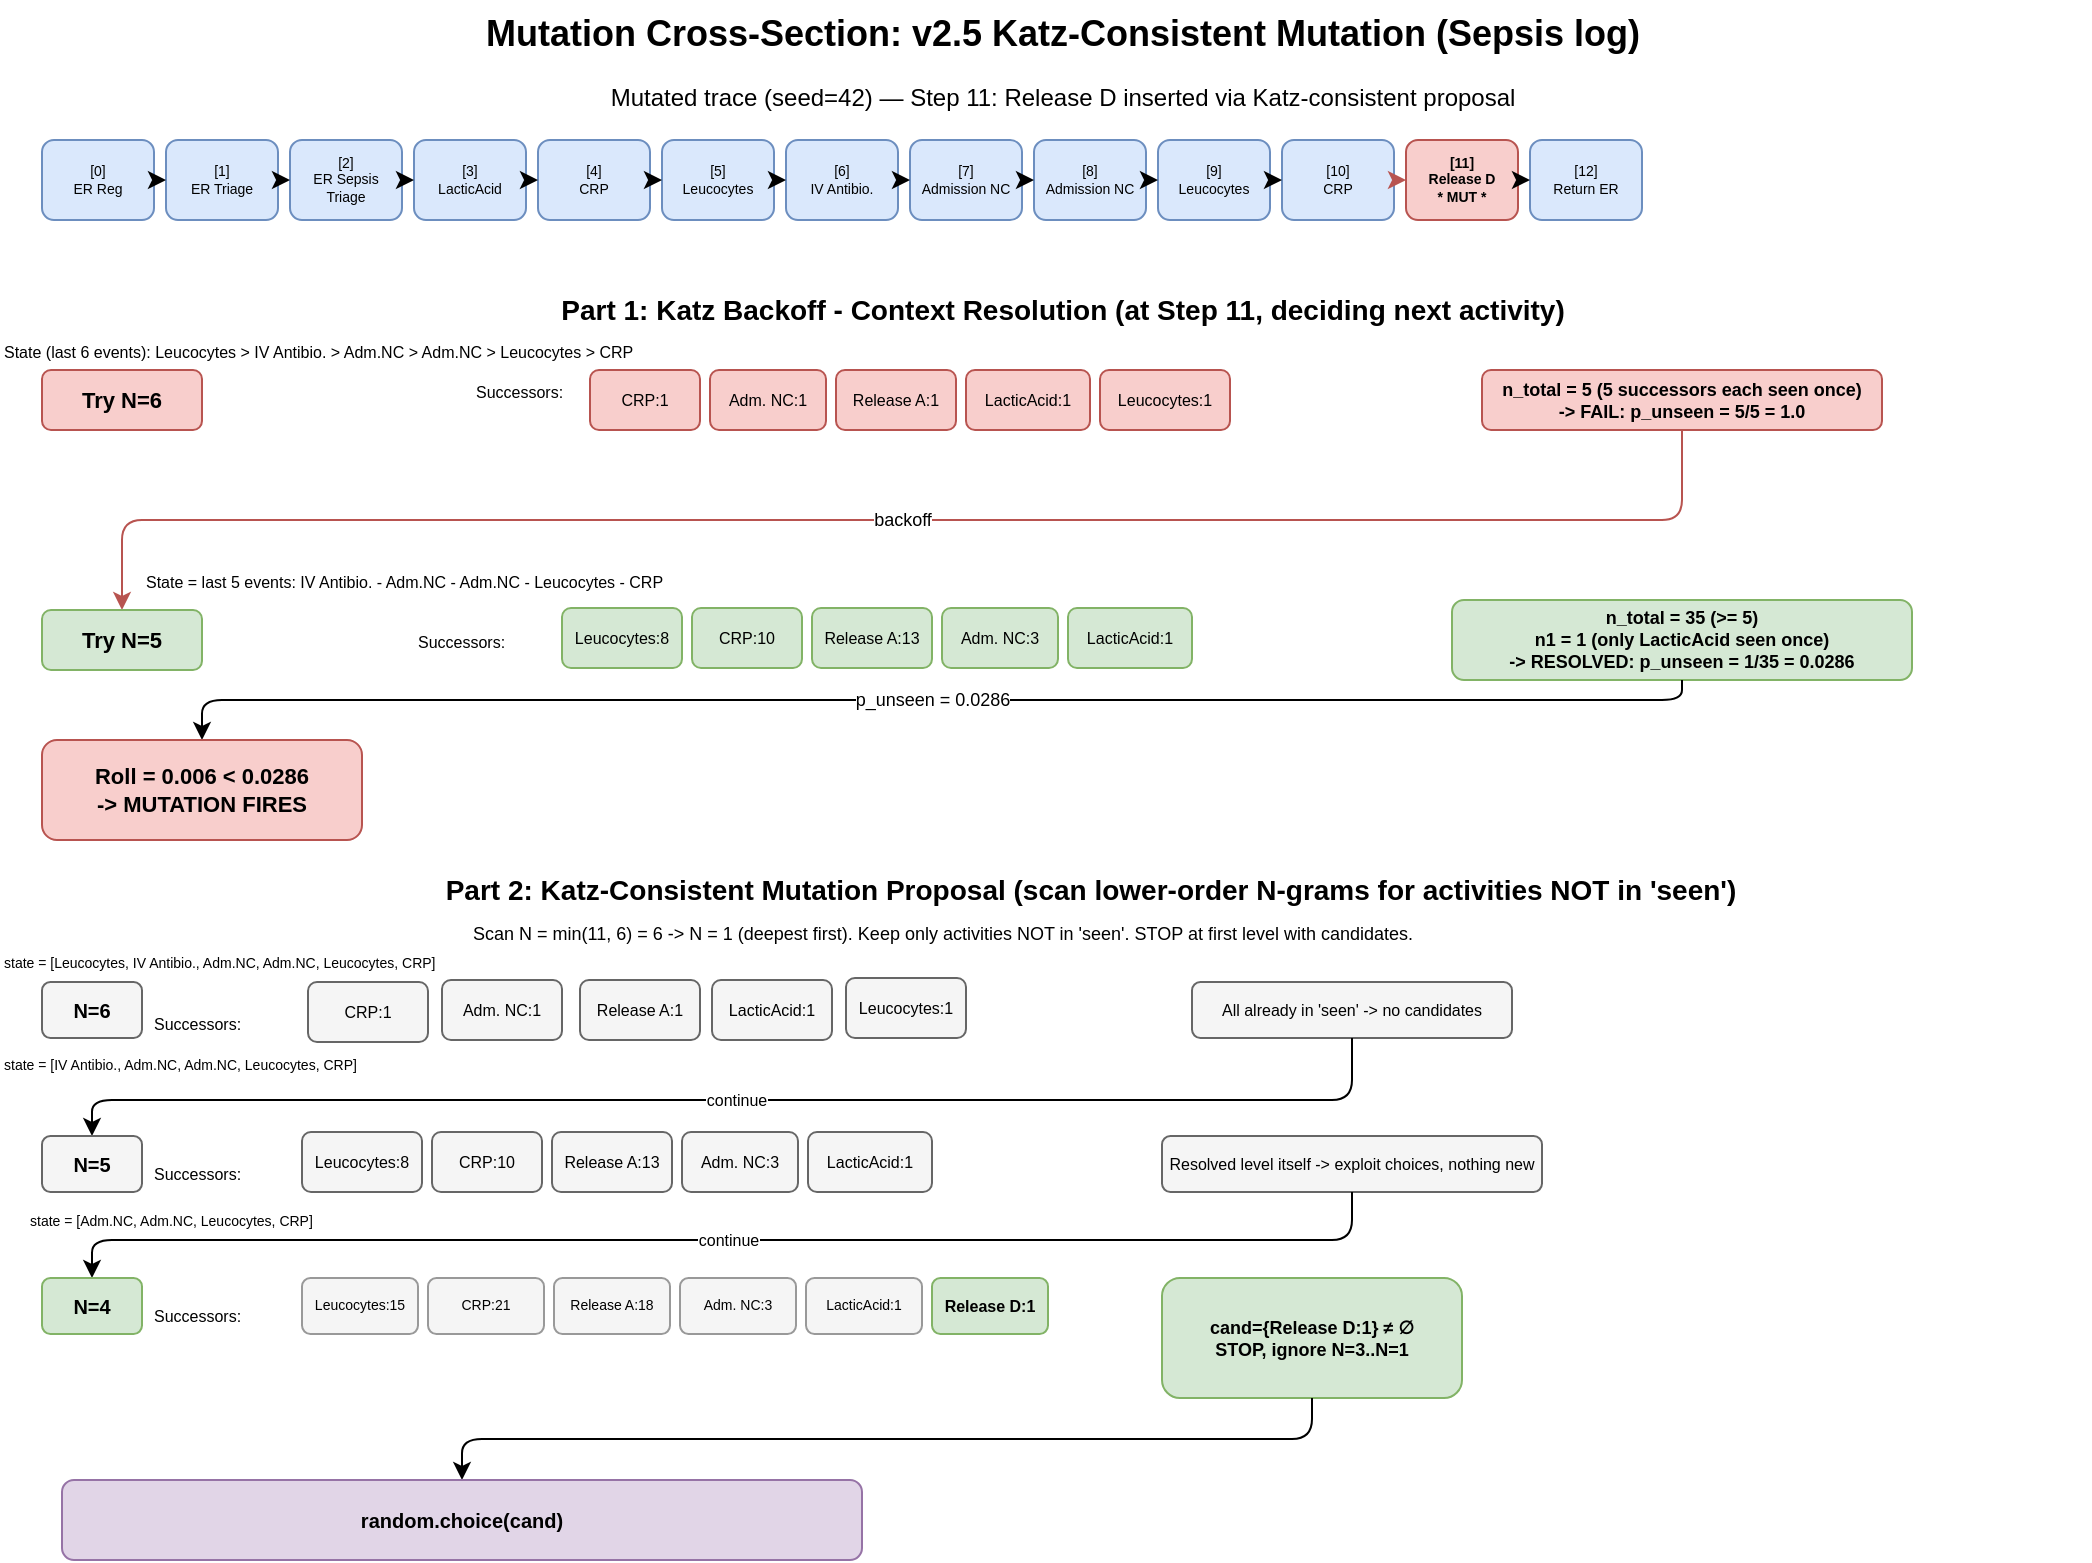
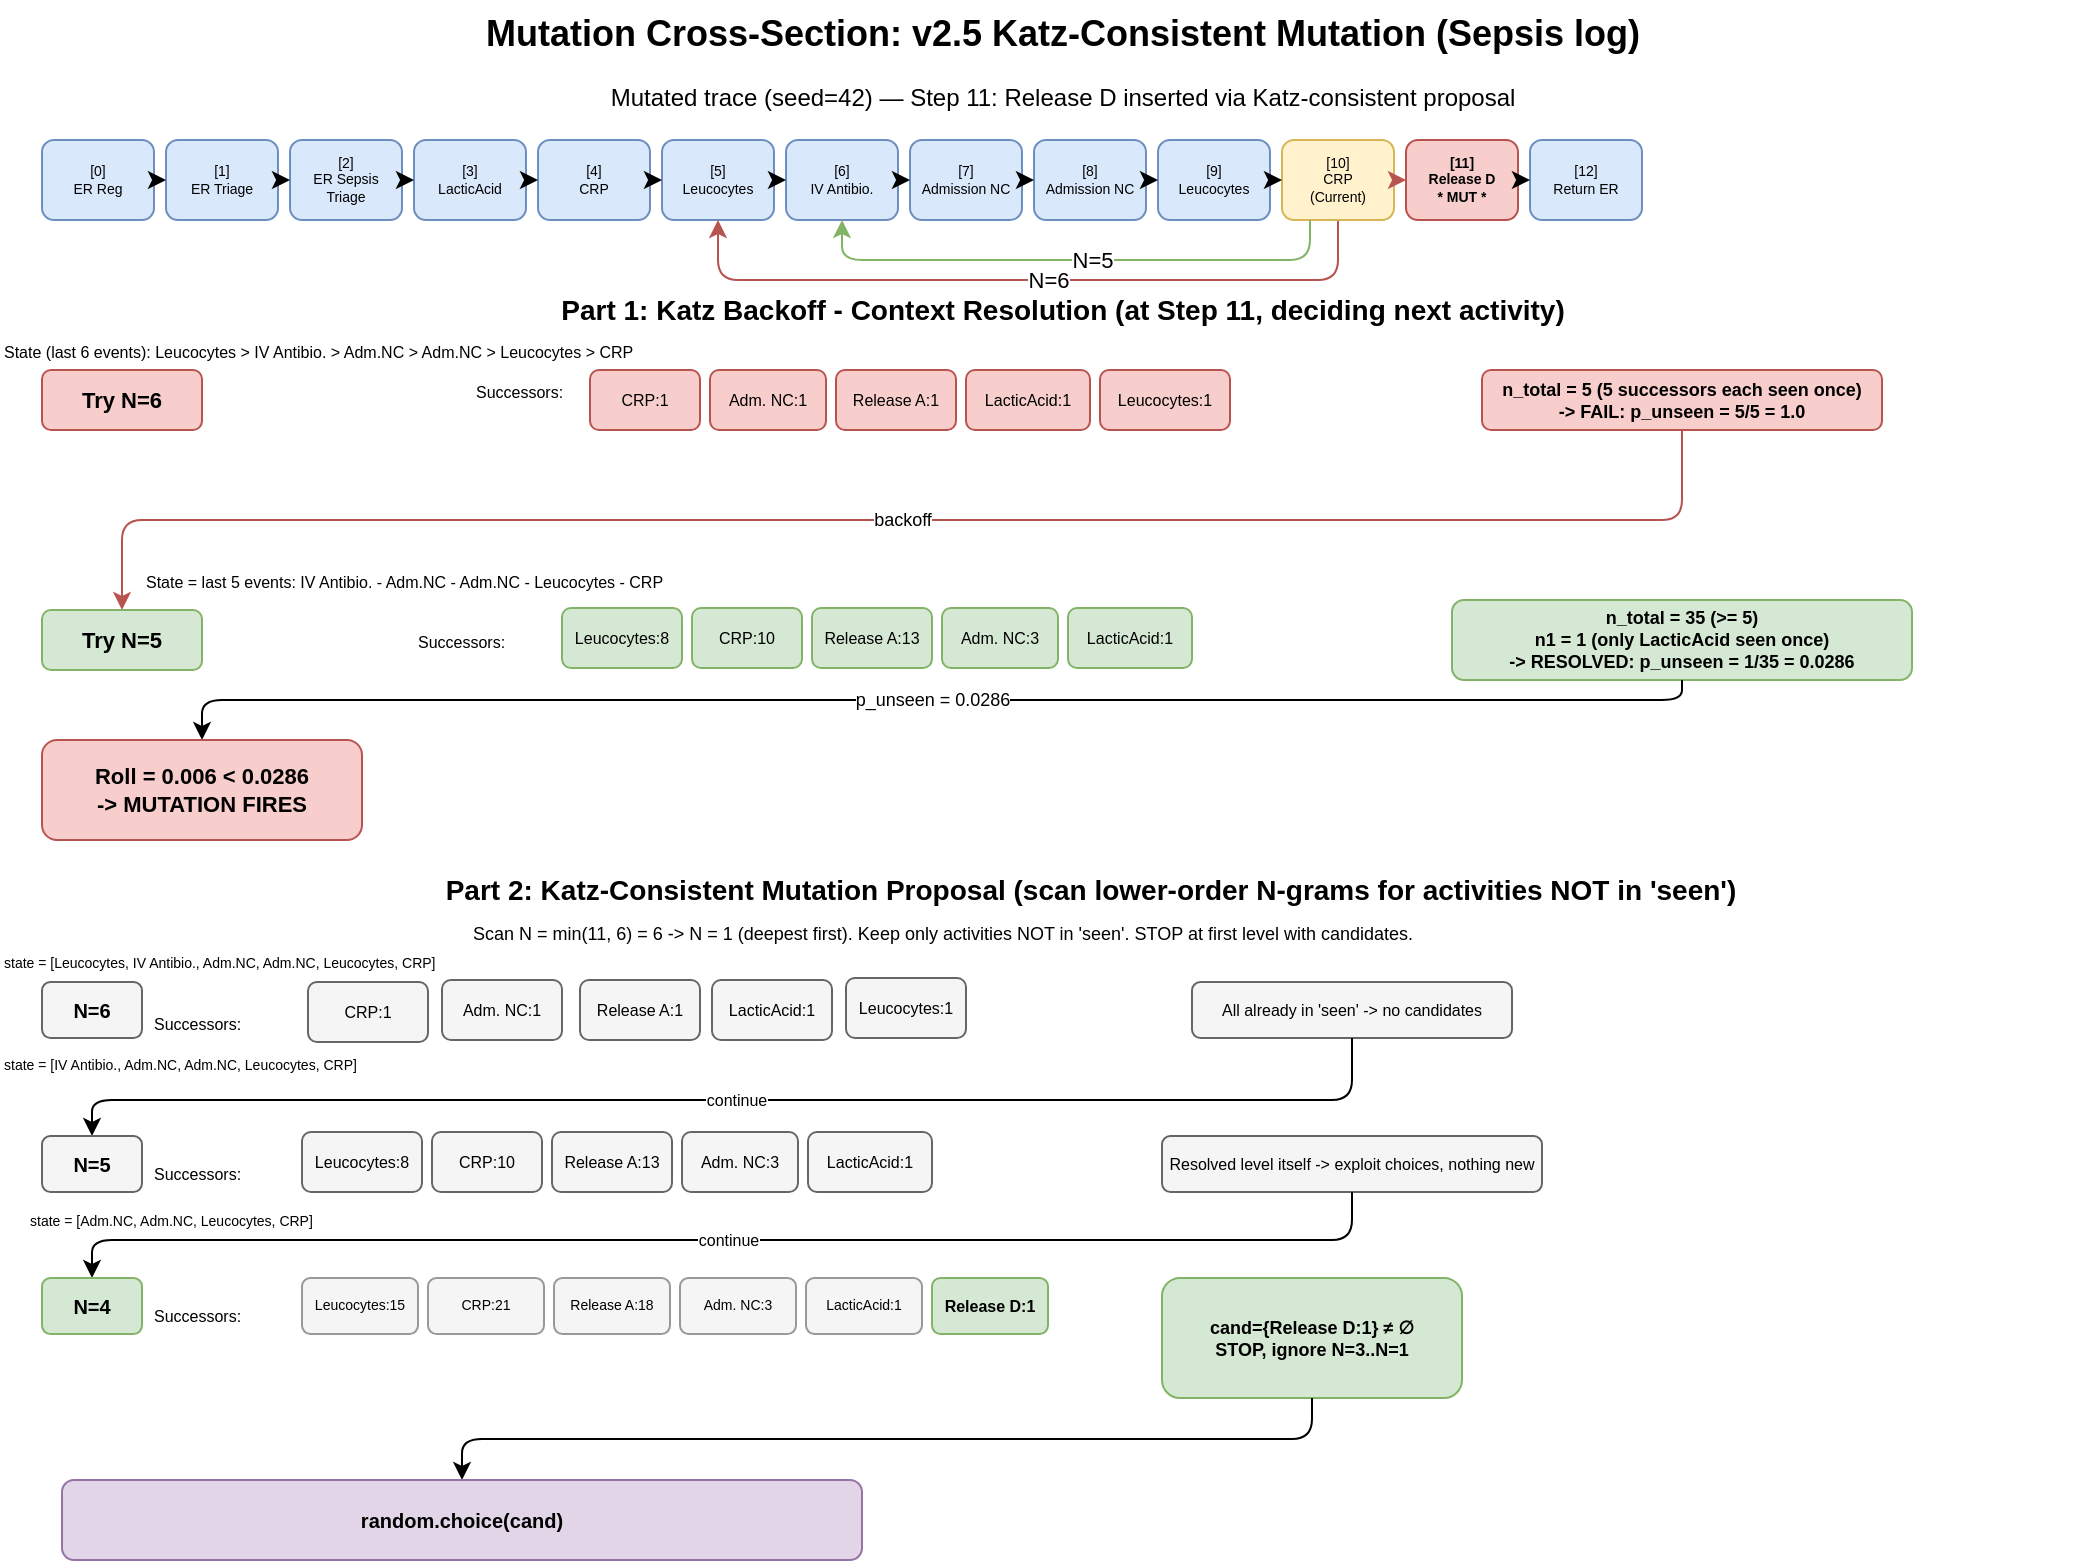
<mxfile host="65bd71144e">
    <diagram name="Page-1" id="0">
-         <mxGraphModel dx="1966" dy="1139" grid="1" gridSize="10" guides="1" tooltips="1" connect="1" arrows="1" fold="1" page="1" pageScale="1" pageWidth="850" pageHeight="1100" math="0" shadow="0">
+         <mxGraphModel dx="898" dy="651" grid="1" gridSize="10" guides="1" tooltips="1" connect="1" arrows="1" fold="1" page="1" pageScale="1" pageWidth="850" pageHeight="1100" math="0" shadow="0">
            <root>
                <mxCell id="0"/>
                <mxCell id="1" parent="0"/>
                <mxCell id="2" value="Mutation Cross-Section: v2.5 Katz-Consistent Mutation (Sepsis log)" style="text;html=1;fillColor=none;strokeColor=none;fontSize=18;fontStyle=1;align=center;" parent="1" vertex="1">
                    <mxGeometry x="40" y="20" width="1000" height="30" as="geometry"/>
                </mxCell>
                <mxCell id="3" value="Mutated trace (seed=42) — Step 11: Release D inserted via Katz-consistent proposal" style="text;html=1;fillColor=none;strokeColor=none;fontSize=12;align=center;" parent="1" vertex="1">
                    <mxGeometry x="40" y="55" width="1000" height="25" as="geometry"/>
                </mxCell>
                <mxCell id="4" value="[0]&#xa;ER Reg" style="rounded=1;whiteSpace=wrap;html=1;fillColor=#dae8fc;strokeColor=#6c8ebf;fontSize=7;" parent="1" vertex="1">
                    <mxGeometry x="30" y="90" width="56" height="40" as="geometry"/>
                </mxCell>
                <mxCell id="5" value="[1]&#xa;ER Triage" style="rounded=1;whiteSpace=wrap;html=1;fillColor=#dae8fc;strokeColor=#6c8ebf;fontSize=7;" parent="1" vertex="1">
                    <mxGeometry x="92" y="90" width="56" height="40" as="geometry"/>
                </mxCell>
                <mxCell id="6" value="[2]&#xa;ER Sepsis Triage" style="rounded=1;whiteSpace=wrap;html=1;fillColor=#dae8fc;strokeColor=#6c8ebf;fontSize=7;" parent="1" vertex="1">
                    <mxGeometry x="154" y="90" width="56" height="40" as="geometry"/>
                </mxCell>
                <mxCell id="7" value="[3]&#xa;LacticAcid" style="rounded=1;whiteSpace=wrap;html=1;fillColor=#dae8fc;strokeColor=#6c8ebf;fontSize=7;" parent="1" vertex="1">
                    <mxGeometry x="216" y="90" width="56" height="40" as="geometry"/>
                </mxCell>
                <mxCell id="8" value="[4]&#xa;CRP" style="rounded=1;whiteSpace=wrap;html=1;fillColor=#dae8fc;strokeColor=#6c8ebf;fontSize=7;" parent="1" vertex="1">
                    <mxGeometry x="278" y="90" width="56" height="40" as="geometry"/>
                </mxCell>
                <mxCell id="9" value="[5]&#xa;Leucocytes" style="rounded=1;whiteSpace=wrap;html=1;fillColor=#dae8fc;strokeColor=#6c8ebf;fontSize=7;" parent="1" vertex="1">
                    <mxGeometry x="340" y="90" width="56" height="40" as="geometry"/>
                </mxCell>
                <mxCell id="10" value="[6]&#xa;IV Antibio." style="rounded=1;whiteSpace=wrap;html=1;fillColor=#dae8fc;strokeColor=#6c8ebf;fontSize=7;" parent="1" vertex="1">
                    <mxGeometry x="402" y="90" width="56" height="40" as="geometry"/>
                </mxCell>
                <mxCell id="11" value="[7]&#xa;Admission NC" style="rounded=1;whiteSpace=wrap;html=1;fillColor=#dae8fc;strokeColor=#6c8ebf;fontSize=7;" parent="1" vertex="1">
                    <mxGeometry x="464" y="90" width="56" height="40" as="geometry"/>
                </mxCell>
                <mxCell id="12" value="[8]&#xa;Admission NC" style="rounded=1;whiteSpace=wrap;html=1;fillColor=#dae8fc;strokeColor=#6c8ebf;fontSize=7;" parent="1" vertex="1">
                    <mxGeometry x="526" y="90" width="56" height="40" as="geometry"/>
                </mxCell>
                <mxCell id="13" value="[9]&#xa;Leucocytes" style="rounded=1;whiteSpace=wrap;html=1;fillColor=#dae8fc;strokeColor=#6c8ebf;fontSize=7;" parent="1" vertex="1">
                    <mxGeometry x="588" y="90" width="56" height="40" as="geometry"/>
                </mxCell>
-                 <mxCell id="14" value="[10]&#xa;CRP" style="rounded=1;whiteSpace=wrap;html=1;fillColor=#dae8fc;strokeColor=#6c8ebf;fontSize=7;" parent="1" vertex="1">
+                 <mxCell id="82" style="edgeStyle=orthogonalEdgeStyle;html=1;exitX=0.5;exitY=1;exitDx=0;exitDy=0;entryX=0.5;entryY=1;entryDx=0;entryDy=0;strokeColor=light-dark(#b85450, #ededed);" parent="1" source="14" target="9" edge="1">
+                     <mxGeometry relative="1" as="geometry">
+                         <Array as="points">
+                             <mxPoint x="678" y="160"/>
+                             <mxPoint x="368" y="160"/>
+                         </Array>
+                     </mxGeometry>
+                 </mxCell>
+                 <mxCell id="84" value="N=6" style="edgeLabel;html=1;align=center;verticalAlign=middle;resizable=0;points=[];" parent="82" vertex="1" connectable="0">
+                     <mxGeometry x="-0.0537" relative="1" as="geometry">
+                         <mxPoint as="offset"/>
+                     </mxGeometry>
+                 </mxCell>
+                 <mxCell id="14" value="[10]&lt;br&gt;CRP&lt;div&gt;(Current)&lt;/div&gt;" style="rounded=1;whiteSpace=wrap;html=1;fillColor=#fff2cc;strokeColor=#d6b656;fontSize=7;" parent="1" vertex="1">
                    <mxGeometry x="650" y="90" width="56" height="40" as="geometry"/>
                </mxCell>
                <mxCell id="15" value="[11]&#xa;Release D&#xa;* MUT *" style="rounded=1;whiteSpace=wrap;html=1;fillColor=#f8cecc;strokeColor=#b85450;fontSize=7;fontStyle=1;" parent="1" vertex="1">
                    <mxGeometry x="712" y="90" width="56" height="40" as="geometry"/>
                </mxCell>
                <mxCell id="16" value="[12]&#xa;Return ER" style="rounded=1;whiteSpace=wrap;html=1;fillColor=#dae8fc;strokeColor=#6c8ebf;fontSize=7;" parent="1" vertex="1">
                    <mxGeometry x="774" y="90" width="56" height="40" as="geometry"/>
                </mxCell>
                <mxCell id="e1" value="" style="edgeStyle=orthogonalEdgeStyle;rounded=1;orthogonalLoop=1;jettySize=auto;html=1;exitX=1;exitY=0.5;entryX=0;entryY=0.5;" parent="1" source="4" target="5" edge="1">
                    <mxGeometry relative="1" as="geometry"/>
                </mxCell>
                <mxCell id="e2" value="" style="edgeStyle=orthogonalEdgeStyle;rounded=1;orthogonalLoop=1;jettySize=auto;html=1;exitX=1;exitY=0.5;entryX=0;entryY=0.5;" parent="1" source="5" target="6" edge="1">
                    <mxGeometry relative="1" as="geometry"/>
                </mxCell>
                <mxCell id="e3" value="" style="edgeStyle=orthogonalEdgeStyle;rounded=1;orthogonalLoop=1;jettySize=auto;html=1;exitX=1;exitY=0.5;entryX=0;entryY=0.5;" parent="1" source="6" target="7" edge="1">
                    <mxGeometry relative="1" as="geometry"/>
                </mxCell>
                <mxCell id="e4" value="" style="edgeStyle=orthogonalEdgeStyle;rounded=1;orthogonalLoop=1;jettySize=auto;html=1;exitX=1;exitY=0.5;entryX=0;entryY=0.5;" parent="1" source="7" target="8" edge="1">
                    <mxGeometry relative="1" as="geometry"/>
                </mxCell>
                <mxCell id="e5" value="" style="edgeStyle=orthogonalEdgeStyle;rounded=1;orthogonalLoop=1;jettySize=auto;html=1;exitX=1;exitY=0.5;entryX=0;entryY=0.5;" parent="1" source="8" target="9" edge="1">
                    <mxGeometry relative="1" as="geometry"/>
                </mxCell>
                <mxCell id="e6" value="" style="edgeStyle=orthogonalEdgeStyle;rounded=1;orthogonalLoop=1;jettySize=auto;html=1;exitX=1;exitY=0.5;entryX=0;entryY=0.5;" parent="1" source="9" target="10" edge="1">
                    <mxGeometry relative="1" as="geometry"/>
                </mxCell>
                <mxCell id="e7" value="" style="edgeStyle=orthogonalEdgeStyle;rounded=1;orthogonalLoop=1;jettySize=auto;html=1;exitX=1;exitY=0.5;entryX=0;entryY=0.5;" parent="1" source="10" target="11" edge="1">
                    <mxGeometry relative="1" as="geometry"/>
                </mxCell>
                <mxCell id="e8" value="" style="edgeStyle=orthogonalEdgeStyle;rounded=1;orthogonalLoop=1;jettySize=auto;html=1;exitX=1;exitY=0.5;entryX=0;entryY=0.5;" parent="1" source="11" target="12" edge="1">
                    <mxGeometry relative="1" as="geometry"/>
                </mxCell>
                <mxCell id="e9" value="" style="edgeStyle=orthogonalEdgeStyle;rounded=1;orthogonalLoop=1;jettySize=auto;html=1;exitX=1;exitY=0.5;entryX=0;entryY=0.5;" parent="1" source="12" target="13" edge="1">
                    <mxGeometry relative="1" as="geometry"/>
                </mxCell>
                <mxCell id="e10" value="" style="edgeStyle=orthogonalEdgeStyle;rounded=1;orthogonalLoop=1;jettySize=auto;html=1;exitX=1;exitY=0.5;entryX=0;entryY=0.5;" parent="1" source="13" target="14" edge="1">
                    <mxGeometry relative="1" as="geometry"/>
                </mxCell>
                <mxCell id="e11" value="" style="edgeStyle=orthogonalEdgeStyle;rounded=1;orthogonalLoop=1;jettySize=auto;html=1;exitX=1;exitY=0.5;entryX=0;entryY=0.5;strokeColor=#b85450;" parent="1" source="14" target="15" edge="1">
                    <mxGeometry relative="1" as="geometry"/>
                </mxCell>
                <mxCell id="e12" value="" style="edgeStyle=orthogonalEdgeStyle;rounded=1;orthogonalLoop=1;jettySize=auto;html=1;exitX=1;exitY=0.5;entryX=0;entryY=0.5;" parent="1" source="15" target="16" edge="1">
                    <mxGeometry relative="1" as="geometry"/>
                </mxCell>
                <mxCell id="17" value="Part 1: Katz Backoff - Context Resolution (at Step 11, deciding next activity)" style="text;html=1;fillColor=none;strokeColor=none;fontSize=14;fontStyle=1;align=center;" parent="1" vertex="1">
                    <mxGeometry x="40" y="160" width="1000" height="25" as="geometry"/>
                </mxCell>
                <mxCell id="18" value="Try N=6" style="rounded=1;whiteSpace=wrap;html=1;fillColor=#f8cecc;strokeColor=#b85450;fontSize=11;fontStyle=1;" parent="1" vertex="1">
                    <mxGeometry x="30" y="205" width="80" height="30" as="geometry"/>
                </mxCell>
                <mxCell id="19" value="State (last 6 events):&amp;nbsp;Leucocytes &amp;gt; IV Antibio. &amp;gt; Adm.NC &amp;gt; Adm.NC &amp;gt; Leucocytes &amp;gt; CRP" style="text;html=1;fillColor=none;strokeColor=none;fontSize=8;align=left;" parent="1" vertex="1">
                    <mxGeometry x="9" y="185" width="350" height="15" as="geometry"/>
                </mxCell>
                <mxCell id="20" value="n_total = 5 (5 successors each seen once)&#xa;-&gt; FAIL: p_unseen = 5/5 = 1.0" style="rounded=1;whiteSpace=wrap;html=1;fillColor=#f8cecc;strokeColor=#b85450;fontSize=9;fontStyle=1;" parent="1" vertex="1">
                    <mxGeometry x="750" y="205" width="200" height="30" as="geometry"/>
                </mxCell>
                <mxCell id="21" value="Successors:" style="text;html=1;fillColor=none;strokeColor=none;fontSize=8;align=left;" parent="1" vertex="1">
                    <mxGeometry x="245" y="205" width="70" height="20" as="geometry"/>
                </mxCell>
                <mxCell id="22" value="CRP:1" style="rounded=1;whiteSpace=wrap;html=1;fillColor=#f8cecc;strokeColor=#b85450;fontSize=8;" parent="1" vertex="1">
                    <mxGeometry x="304" y="205" width="55" height="30" as="geometry"/>
                </mxCell>
                <mxCell id="23" value="Adm. NC:1" style="rounded=1;whiteSpace=wrap;html=1;fillColor=#f8cecc;strokeColor=#b85450;fontSize=8;" parent="1" vertex="1">
                    <mxGeometry x="364" y="205" width="58" height="30" as="geometry"/>
                </mxCell>
                <mxCell id="24" value="Release A:1" style="rounded=1;whiteSpace=wrap;html=1;fillColor=#f8cecc;strokeColor=#b85450;fontSize=8;" parent="1" vertex="1">
                    <mxGeometry x="427" y="205" width="60" height="30" as="geometry"/>
                </mxCell>
                <mxCell id="25" value="LacticAcid:1" style="rounded=1;whiteSpace=wrap;html=1;fillColor=#f8cecc;strokeColor=#b85450;fontSize=8;" parent="1" vertex="1">
                    <mxGeometry x="492" y="205" width="62" height="30" as="geometry"/>
                </mxCell>
                <mxCell id="26" value="Leucocytes:1" style="rounded=1;whiteSpace=wrap;html=1;fillColor=#f8cecc;strokeColor=#b85450;fontSize=8;" parent="1" vertex="1">
                    <mxGeometry x="559" y="205" width="65" height="30" as="geometry"/>
                </mxCell>
                <mxCell id="e13" value="backoff" style="edgeStyle=orthogonalEdgeStyle;rounded=1;orthogonalLoop=1;jettySize=auto;html=1;exitX=0.5;exitY=1;exitDx=0;exitDy=0;entryX=0.5;entryY=0;entryDx=0;entryDy=0;fontSize=9;strokeColor=#b85450;" parent="1" source="20" target="27" edge="1">
                    <mxGeometry relative="1" as="geometry"/>
                </mxCell>
                <mxCell id="27" value="Try N=5" style="rounded=1;whiteSpace=wrap;html=1;fillColor=#d5e8d4;strokeColor=#82b366;fontSize=11;fontStyle=1;" parent="1" vertex="1">
                    <mxGeometry x="30" y="325" width="80" height="30" as="geometry"/>
                </mxCell>
                <mxCell id="28" value="State = last 5 events: IV Antibio. - Adm.NC - Adm.NC - Leucocytes - CRP" style="text;html=1;fillColor=none;strokeColor=none;fontSize=8;align=left;" parent="1" vertex="1">
                    <mxGeometry x="80" y="300" width="350" height="40" as="geometry"/>
                </mxCell>
                <mxCell id="29" value="n_total = 35 (&gt;= 5)&#xa;n1 = 1 (only LacticAcid seen once)&#xa;-&gt; RESOLVED: p_unseen = 1/35 = 0.0286" style="rounded=1;whiteSpace=wrap;html=1;fillColor=#d5e8d4;strokeColor=#82b366;fontSize=9;fontStyle=1;" parent="1" vertex="1">
                    <mxGeometry x="735" y="320" width="230" height="40" as="geometry"/>
                </mxCell>
                <mxCell id="30" value="Successors:" style="text;html=1;fillColor=none;strokeColor=none;fontSize=8;align=left;" parent="1" vertex="1">
                    <mxGeometry x="216" y="330" width="70" height="20" as="geometry"/>
                </mxCell>
                <mxCell id="31" value="Leucocytes:8" style="rounded=1;whiteSpace=wrap;html=1;fillColor=#d5e8d4;strokeColor=#82b366;fontSize=8;" parent="1" vertex="1">
                    <mxGeometry x="290" y="324" width="60" height="30" as="geometry"/>
                </mxCell>
                <mxCell id="32" value="CRP:10" style="rounded=1;whiteSpace=wrap;html=1;fillColor=#d5e8d4;strokeColor=#82b366;fontSize=8;" parent="1" vertex="1">
                    <mxGeometry x="355" y="324" width="55" height="30" as="geometry"/>
                </mxCell>
                <mxCell id="33" value="Release A:13" style="rounded=1;whiteSpace=wrap;html=1;fillColor=#d5e8d4;strokeColor=#82b366;fontSize=8;" parent="1" vertex="1">
                    <mxGeometry x="415" y="324" width="60" height="30" as="geometry"/>
                </mxCell>
                <mxCell id="34" value="Adm. NC:3" style="rounded=1;whiteSpace=wrap;html=1;fillColor=#d5e8d4;strokeColor=#82b366;fontSize=8;" parent="1" vertex="1">
                    <mxGeometry x="480" y="324" width="58" height="30" as="geometry"/>
                </mxCell>
                <mxCell id="35" value="LacticAcid:1" style="rounded=1;whiteSpace=wrap;html=1;fillColor=#d5e8d4;strokeColor=#82b366;fontSize=8;" parent="1" vertex="1">
                    <mxGeometry x="543" y="324" width="62" height="30" as="geometry"/>
                </mxCell>
                <mxCell id="e14" value="p_unseen = 0.0286" style="edgeStyle=orthogonalEdgeStyle;rounded=1;orthogonalLoop=1;jettySize=auto;html=1;exitX=0.5;exitY=1;exitDx=0;exitDy=0;entryX=0.5;entryY=0;entryDx=0;entryDy=0;fontSize=9;" parent="1" source="29" target="42" edge="1">
                    <mxGeometry relative="1" as="geometry">
                        <Array as="points">
                            <mxPoint x="850" y="370"/>
                            <mxPoint x="110" y="370"/>
                        </Array>
                    </mxGeometry>
                </mxCell>
                <mxCell id="42" value="Roll = 0.006 &lt; 0.0286&#xa;-&gt; MUTATION FIRES" style="rounded=1;whiteSpace=wrap;html=1;fillColor=#f8cecc;strokeColor=#b85450;fontSize=11;fontStyle=1;" parent="1" vertex="1">
                    <mxGeometry x="30" y="390" width="160" height="50" as="geometry"/>
                </mxCell>
                <mxCell id="49" value="Part 2: Katz-Consistent Mutation Proposal (scan lower-order N-grams for activities NOT in &#39;seen&#39;)" style="text;html=1;fillColor=none;strokeColor=none;fontSize=14;fontStyle=1;align=center;" parent="1" vertex="1">
                    <mxGeometry x="54" y="450" width="1000" height="25" as="geometry"/>
                </mxCell>
                <mxCell id="50" value="Scan N = min(11, 6) = 6 -&gt; N = 1 (deepest first). Keep only activities NOT in &#39;seen&#39;. STOP at first level with candidates." style="text;html=1;fillColor=none;strokeColor=none;fontSize=9;align=center;" parent="1" vertex="1">
                    <mxGeometry x="130" y="475" width="700" height="20" as="geometry"/>
                </mxCell>
                <mxCell id="51" value="N=6" style="rounded=1;whiteSpace=wrap;html=1;fillColor=#f5f5f5;strokeColor=#666;fontSize=10;fontStyle=1;" parent="1" vertex="1">
                    <mxGeometry x="30" y="511" width="50" height="28" as="geometry"/>
                </mxCell>
                <mxCell id="52" value="state = [Leucocytes, IV Antibio., Adm.NC, Adm.NC, Leucocytes, CRP]" style="text;html=1;fillColor=none;strokeColor=none;fontSize=7;align=left;" parent="1" vertex="1">
                    <mxGeometry x="9" y="491" width="300" height="16" as="geometry"/>
                </mxCell>
                <mxCell id="54" value="All already in &#39;seen&#39; -&gt; no candidates" style="rounded=1;whiteSpace=wrap;html=1;fillColor=#f5f5f5;strokeColor=#666;fontSize=8;" parent="1" vertex="1">
                    <mxGeometry x="605" y="511" width="160" height="28" as="geometry"/>
                </mxCell>
                <mxCell id="e16" value="continue" style="edgeStyle=orthogonalEdgeStyle;rounded=1;orthogonalLoop=1;jettySize=auto;html=1;exitX=0.5;exitY=1;exitDx=0;exitDy=0;entryX=0.5;entryY=0;entryDx=0;entryDy=0;fontSize=8;" parent="1" source="54" target="55" edge="1">
                    <mxGeometry relative="1" as="geometry">
                        <Array as="points">
                            <mxPoint x="685" y="570"/>
                            <mxPoint x="55" y="570"/>
                        </Array>
                    </mxGeometry>
                </mxCell>
                <mxCell id="55" value="N=5" style="rounded=1;whiteSpace=wrap;html=1;fillColor=#f5f5f5;strokeColor=#666;fontSize=10;fontStyle=1;" parent="1" vertex="1">
                    <mxGeometry x="30" y="588" width="50" height="28" as="geometry"/>
                </mxCell>
                <mxCell id="56" value="state = [IV Antibio., Adm.NC, Adm.NC, Leucocytes, CRP]" style="text;html=1;fillColor=none;strokeColor=none;fontSize=7;align=left;" parent="1" vertex="1">
                    <mxGeometry x="9" y="542" width="300" height="16" as="geometry"/>
                </mxCell>
                <mxCell id="58" value="Resolved level itself -&gt; exploit choices, nothing new" style="rounded=1;whiteSpace=wrap;html=1;fillColor=#f5f5f5;strokeColor=#666;fontSize=8;" parent="1" vertex="1">
                    <mxGeometry x="590" y="588" width="190" height="28" as="geometry"/>
                </mxCell>
                <mxCell id="e17" value="continue" style="edgeStyle=orthogonalEdgeStyle;rounded=1;orthogonalLoop=1;jettySize=auto;html=1;exitX=0.5;exitY=1;exitDx=0;exitDy=0;entryX=0.5;entryY=0;entryDx=0;entryDy=0;fontSize=8;" parent="1" source="58" target="59" edge="1">
                    <mxGeometry relative="1" as="geometry">
                        <Array as="points">
                            <mxPoint x="685" y="640"/>
                            <mxPoint x="55" y="640"/>
                        </Array>
                    </mxGeometry>
                </mxCell>
                <mxCell id="59" value="N=4" style="rounded=1;whiteSpace=wrap;html=1;fillColor=#d5e8d4;strokeColor=#82b366;fontSize=10;fontStyle=1;" parent="1" vertex="1">
                    <mxGeometry x="30" y="659" width="50" height="28" as="geometry"/>
                </mxCell>
                <mxCell id="60" value="state = [Adm.NC, Adm.NC, Leucocytes, CRP]" style="text;html=1;fillColor=none;strokeColor=none;fontSize=7;align=left;" parent="1" vertex="1">
                    <mxGeometry x="22" y="620" width="250" height="16" as="geometry"/>
                </mxCell>
                <mxCell id="62" value="Leucocytes:15" style="rounded=1;whiteSpace=wrap;html=1;fillColor=#f5f5f5;strokeColor=#999;fontSize=7;" parent="1" vertex="1">
                    <mxGeometry x="160" y="659" width="58" height="28" as="geometry"/>
                </mxCell>
                <mxCell id="63" value="CRP:21" style="rounded=1;whiteSpace=wrap;html=1;fillColor=#f5f5f5;strokeColor=#999;fontSize=7;" parent="1" vertex="1">
                    <mxGeometry x="223" y="659" width="58" height="28" as="geometry"/>
                </mxCell>
                <mxCell id="64" value="Release A:18" style="rounded=1;whiteSpace=wrap;html=1;fillColor=#f5f5f5;strokeColor=#999;fontSize=7;" parent="1" vertex="1">
                    <mxGeometry x="286" y="659" width="58" height="28" as="geometry"/>
                </mxCell>
                <mxCell id="65" value="Adm. NC:3" style="rounded=1;whiteSpace=wrap;html=1;fillColor=#f5f5f5;strokeColor=#999;fontSize=7;" parent="1" vertex="1">
                    <mxGeometry x="349" y="659" width="58" height="28" as="geometry"/>
                </mxCell>
                <mxCell id="66" value="LacticAcid:1" style="rounded=1;whiteSpace=wrap;html=1;fillColor=#f5f5f5;strokeColor=#999;fontSize=7;" parent="1" vertex="1">
                    <mxGeometry x="412" y="659" width="58" height="28" as="geometry"/>
                </mxCell>
                <mxCell id="67" value="Release D:1" style="rounded=1;whiteSpace=wrap;html=1;fillColor=#d5e8d4;strokeColor=#82b366;fontSize=8;fontStyle=1;" parent="1" vertex="1">
                    <mxGeometry x="475" y="659" width="58" height="28" as="geometry"/>
                </mxCell>
                <mxCell id="68" value="cand={Release D:1}&amp;nbsp;≠ ∅&lt;br&gt;STOP, ignore N=3..N=1" style="rounded=1;whiteSpace=wrap;html=1;fillColor=#d5e8d4;strokeColor=#82b366;fontSize=9;fontStyle=1;" parent="1" vertex="1">
                    <mxGeometry x="590" y="659" width="150" height="60" as="geometry"/>
                </mxCell>
                <mxCell id="e18" value="" style="edgeStyle=orthogonalEdgeStyle;rounded=1;orthogonalLoop=1;jettySize=auto;html=1;exitX=0.5;exitY=1;exitDx=0;exitDy=0;entryX=0.5;entryY=0;entryDx=0;entryDy=0;" parent="1" source="68" target="69" edge="1">
                    <mxGeometry relative="1" as="geometry"/>
                </mxCell>
                <mxCell id="69" value="random.choice(cand)" style="rounded=1;whiteSpace=wrap;html=1;fillColor=#e1d5e7;strokeColor=#9673a6;fontSize=10;fontStyle=1;" parent="1" vertex="1">
                    <mxGeometry x="40" y="760" width="400" height="40" as="geometry"/>
                </mxCell>
                <mxCell id="75" value="CRP:1" style="rounded=1;whiteSpace=wrap;html=1;fillColor=light-dark(#F5F5F5,#1F2F1E);strokeColor=light-dark(#666666, #446e2c);fontSize=8;" parent="1" vertex="1">
                    <mxGeometry x="163" y="511" width="60" height="30" as="geometry"/>
                </mxCell>
                <mxCell id="76" value="Adm. NC:1" style="rounded=1;whiteSpace=wrap;html=1;fillColor=light-dark(#F5F5F5,#1F2F1E);strokeColor=light-dark(#666666, #446e2c);fontSize=8;" parent="1" vertex="1">
                    <mxGeometry x="230" y="510" width="60" height="30" as="geometry"/>
                </mxCell>
                <mxCell id="77" value="Successors:" style="text;html=1;fillColor=none;strokeColor=none;fontSize=8;align=left;" parent="1" vertex="1">
                    <mxGeometry x="84" y="521" width="70" height="20" as="geometry"/>
                </mxCell>
                <mxCell id="78" value="Release A:1" style="rounded=1;whiteSpace=wrap;html=1;fillColor=light-dark(#F5F5F5,#1F2F1E);strokeColor=light-dark(#666666, #446e2c);fontSize=8;" parent="1" vertex="1">
                    <mxGeometry x="299" y="510" width="60" height="30" as="geometry"/>
                </mxCell>
                <mxCell id="79" value="LacticAcid:1" style="rounded=1;whiteSpace=wrap;html=1;fillColor=light-dark(#F5F5F5,#1F2F1E);strokeColor=light-dark(#666666, #446e2c);fontSize=8;" parent="1" vertex="1">
                    <mxGeometry x="365" y="510" width="60" height="30" as="geometry"/>
                </mxCell>
                <mxCell id="80" value="Leucocytes:1" style="rounded=1;whiteSpace=wrap;html=1;fillColor=#F5F5F5;strokeColor=light-dark(#666666, #446e2c);fontSize=8;" parent="1" vertex="1">
                    <mxGeometry x="432" y="509" width="60" height="30" as="geometry"/>
                </mxCell>
                <mxCell id="s0zXeVyIAmXEcIOGnUqo-80" value="Successors:" style="text;html=1;fillColor=none;strokeColor=none;fontSize=8;align=left;" parent="1" vertex="1">
                    <mxGeometry x="84" y="596" width="70" height="20" as="geometry"/>
                </mxCell>
                <mxCell id="s0zXeVyIAmXEcIOGnUqo-81" value="Leucocytes:8" style="rounded=1;whiteSpace=wrap;html=1;fillColor=#F5F5F5;strokeColor=#666666;fontSize=8;" parent="1" vertex="1">
                    <mxGeometry x="160" y="586" width="60" height="30" as="geometry"/>
                </mxCell>
                <mxCell id="s0zXeVyIAmXEcIOGnUqo-82" value="CRP:10" style="rounded=1;whiteSpace=wrap;html=1;fillColor=#F5F5F5;strokeColor=#666666;fontSize=8;" parent="1" vertex="1">
                    <mxGeometry x="225" y="586" width="55" height="30" as="geometry"/>
                </mxCell>
                <mxCell id="s0zXeVyIAmXEcIOGnUqo-83" value="Release A:13" style="rounded=1;whiteSpace=wrap;html=1;fillColor=#F5F5F5;strokeColor=#666666;fontSize=8;" parent="1" vertex="1">
                    <mxGeometry x="285" y="586" width="60" height="30" as="geometry"/>
                </mxCell>
                <mxCell id="s0zXeVyIAmXEcIOGnUqo-84" value="Adm. NC:3" style="rounded=1;whiteSpace=wrap;html=1;fillColor=#F5F5F5;strokeColor=#666666;fontSize=8;" parent="1" vertex="1">
                    <mxGeometry x="350" y="586" width="58" height="30" as="geometry"/>
                </mxCell>
                <mxCell id="s0zXeVyIAmXEcIOGnUqo-85" value="LacticAcid:1" style="rounded=1;whiteSpace=wrap;html=1;fillColor=#F5F5F5;strokeColor=#666666;fontSize=8;" parent="1" vertex="1">
                    <mxGeometry x="413" y="586" width="62" height="30" as="geometry"/>
                </mxCell>
                <mxCell id="s0zXeVyIAmXEcIOGnUqo-86" value="Successors:" style="text;html=1;fillColor=none;strokeColor=none;fontSize=8;align=left;" parent="1" vertex="1">
                    <mxGeometry x="84" y="667" width="70" height="20" as="geometry"/>
+                 </mxCell>
+                 <mxCell id="85" style="edgeStyle=orthogonalEdgeStyle;html=1;exitX=0.25;exitY=1;exitDx=0;exitDy=0;entryX=0.5;entryY=1;entryDx=0;entryDy=0;strokeColor=light-dark(#82b366, #ededed);" parent="1" source="14" target="10" edge="1">
+                     <mxGeometry relative="1" as="geometry">
+                         <mxPoint x="688" y="140" as="sourcePoint"/>
+                         <mxPoint x="378" y="140" as="targetPoint"/>
+                         <Array as="points">
+                             <mxPoint x="664" y="150"/>
+                             <mxPoint x="430" y="150"/>
+                         </Array>
+                     </mxGeometry>
+                 </mxCell>
+                 <mxCell id="86" value="N=5" style="edgeLabel;html=1;align=center;verticalAlign=middle;resizable=0;points=[];" parent="85" vertex="1" connectable="0">
+                     <mxGeometry x="-0.0537" relative="1" as="geometry">
+                         <mxPoint as="offset"/>
+                     </mxGeometry>
                </mxCell>
            </root>
        </mxGraphModel>
    </diagram>
</mxfile>